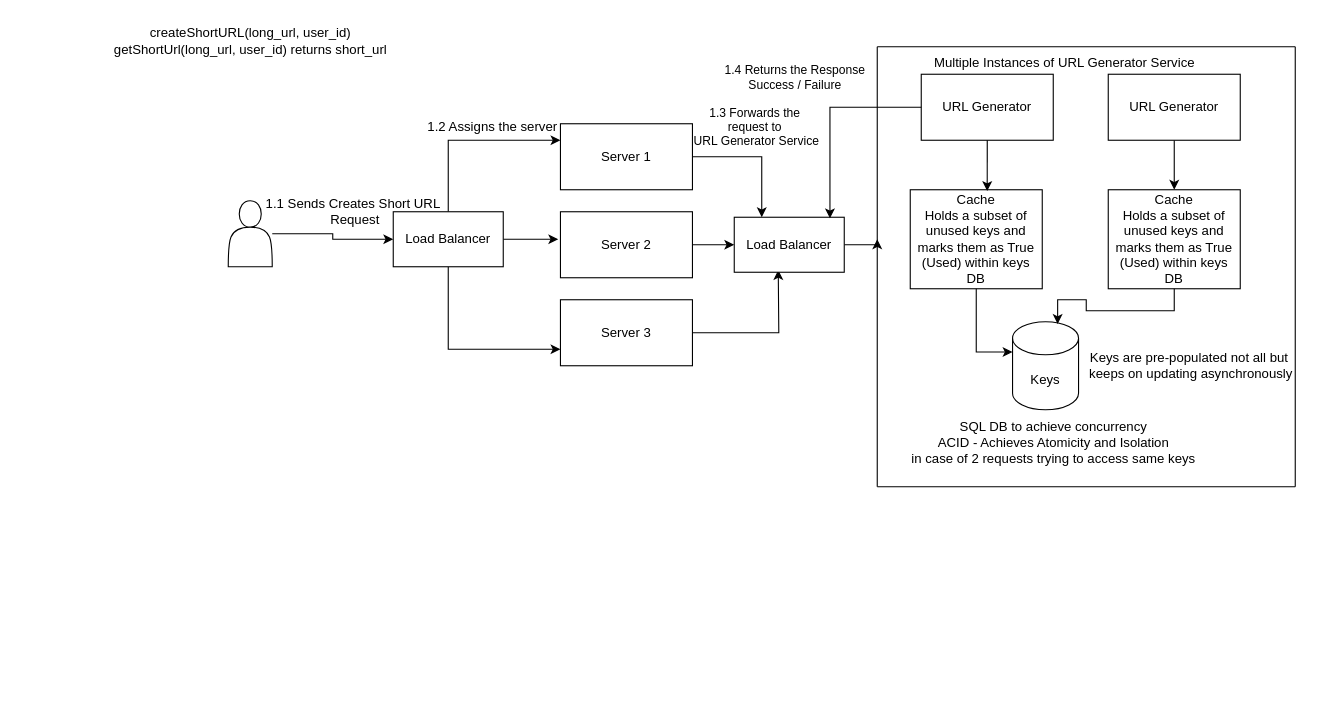
tarjaneed/system-design keeps this draw.io diagram as TinyUrl.drawio. Above is the earlier version. Source tidied: cells renumbered, new cells numbered last; positions are measured from the earlier drawing's top-left corner, leaving out a move shared by most shapes. Both pictures are drawn from the tidied source at 110%, with x=0, y=0 at pixel (101, 19).
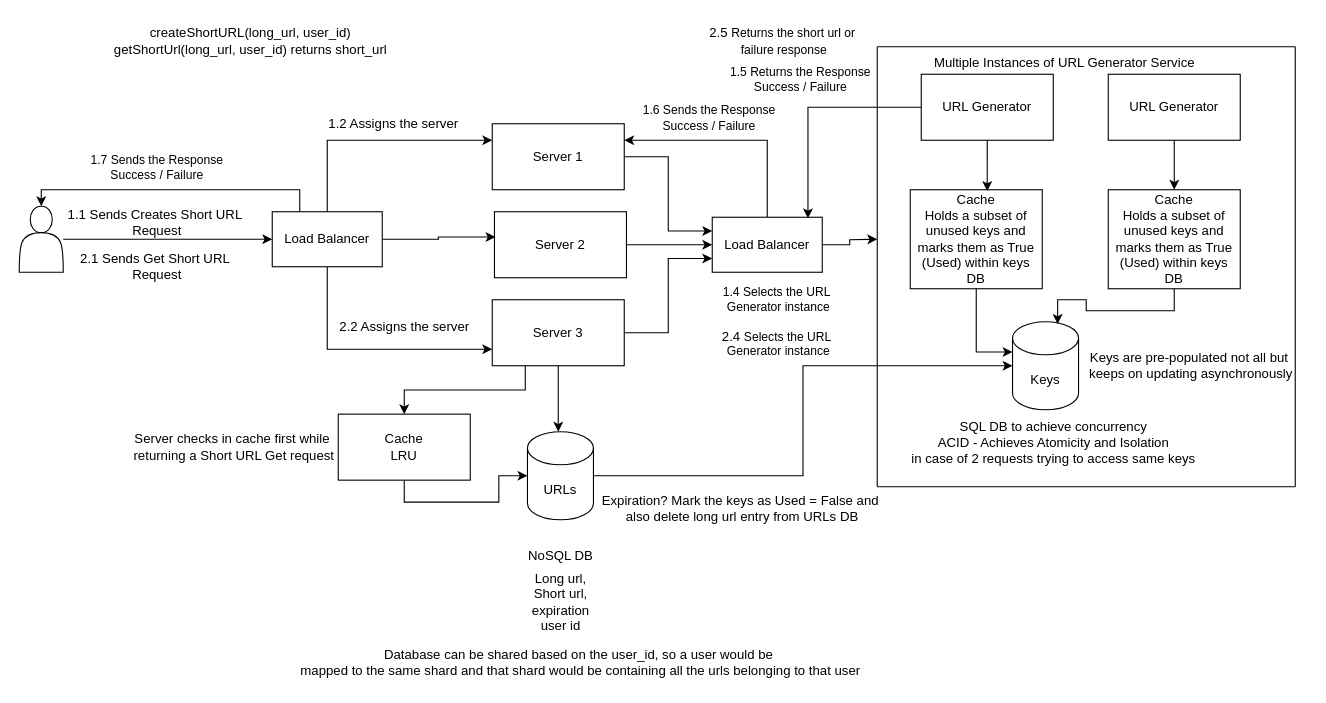
The same diagram, later.

The change refers to these unchanged cells:
```xml
<mxCell id="19" value="Keys" style="shape=cylinder3;whiteSpace=wrap;html=1;boundedLbl=1;backgroundOutline=1;size=15;" parent="1" vertex="1">
  <mxGeometry x="828" y="275" width="60" height="80" as="geometry" />
</mxCell>
```

The edit, as a diff of the source:
```diff
@@
     <mxCell id="3" style="shape=actor;whiteSpace=wrap;html=1;" parent="1" vertex="1">
-      <mxGeometry x="115" y="165" width="40" height="60" as="geometry" />
+      <mxGeometry x="-75" y="170" width="40" height="60" as="geometry" />
     </mxCell>
-    <mxCell id="4" style="edgeStyle=orthogonalEdgeStyle;rounded=0;jettySize=auto;html=1;exitX=1;exitY=0.5;exitDx=0;exitDy=0;entryX=0.25;entryY=0;entryDx=0;entryDy=0;" parent="1" edge="1" source="5" target="31">
+    <mxCell id="4" style="edgeStyle=orthogonalEdgeStyle;rounded=0;jettySize=auto;html=1;exitX=1;exitY=0.5;exitDx=0;exitDy=0;entryX=0;entryY=0.25;entryDx=0;entryDy=0;" parent="1" edge="1" source="5" target="31">
       <mxGeometry relative="1" as="geometry" />
     </mxCell>
     <mxCell id="5" value="Server 1" style="rounded=0;whiteSpace=wrap;html=1;" parent="1" vertex="1">
-      <mxGeometry x="417" y="95" width="120" height="60" as="geometry" />
+      <mxGeometry x="355" y="95" width="120" height="60" as="geometry" />
     </mxCell>
@@
     <mxCell id="7" value="Server 2" style="rounded=0;whiteSpace=wrap;html=1;" parent="1" vertex="1">
-      <mxGeometry x="417" y="175" width="120" height="60" as="geometry" />
+      <mxGeometry x="357" y="175" width="120" height="60" as="geometry" />
     </mxCell>
-    <mxCell id="8" style="edgeStyle=orthogonalEdgeStyle;rounded=0;jettySize=auto;html=1;exitX=1;exitY=0.5;exitDx=0;exitDy=0;" parent="1" edge="1" source="9">
-      <mxGeometry relative="1" as="geometry">
-        <mxPoint x="615" y="228" as="targetPoint" />
-      </mxGeometry>
-    </mxCell>
+    <mxCell id="38" style="edgeStyle=orthogonalEdgeStyle;rounded=0;jettySize=auto;html=1;exitX=1;exitY=0.5;exitDx=0;exitDy=0;entryX=0;entryY=0.75;entryDx=0;entryDy=0;" parent="1" edge="1" source="9" target="31">
+      <mxGeometry relative="1" as="geometry" />
+    </mxCell>
+    <mxCell id="39" style="edgeStyle=orthogonalEdgeStyle;rounded=0;jettySize=auto;html=1;exitX=0.5;exitY=1;exitDx=0;exitDy=0;entryX=0.5;entryY=0;entryDx=0;entryDy=0;" parent="1" edge="1" source="9">
+      <mxGeometry relative="1" as="geometry">
+        <mxPoint x="415" y="375" as="targetPoint" />
+      </mxGeometry>
+    </mxCell>
+    <mxCell id="40" style="edgeStyle=orthogonalEdgeStyle;rounded=0;jettySize=auto;html=1;exitX=0.25;exitY=1;exitDx=0;exitDy=0;" parent="1" edge="1" source="9" target="53">
+      <mxGeometry relative="1" as="geometry" />
+    </mxCell>
     <mxCell id="9" value="Server 3" style="rounded=0;whiteSpace=wrap;html=1;" parent="1" vertex="1">
-      <mxGeometry x="417" y="255" width="120" height="60" as="geometry" />
+      <mxGeometry x="355" y="255" width="120" height="60" as="geometry" />
     </mxCell>
@@
-    <mxCell id="12" style="edgeStyle=orthogonalEdgeStyle;rounded=0;jettySize=auto;html=1;exitX=1;exitY=0.5;exitDx=0;exitDy=0;" parent="1" edge="1" source="13">
-      <mxGeometry relative="1" as="geometry">
-        <mxPoint x="415" y="200" as="targetPoint" />
-      </mxGeometry>
-    </mxCell>
+    <mxCell id="41" style="edgeStyle=orthogonalEdgeStyle;rounded=0;jettySize=auto;html=1;exitX=0.25;exitY=0;exitDx=0;exitDy=0;entryX=0.5;entryY=0;entryDx=0;entryDy=0;" parent="1" edge="1" source="13" target="3">
+      <mxGeometry relative="1" as="geometry" />
+    </mxCell>
     <mxCell id="13" value="Load Balancer" style="rounded=0;whiteSpace=wrap;html=1;" parent="1" vertex="1">
-      <mxGeometry x="265" y="175" width="100" height="50" as="geometry" />
+      <mxGeometry x="155" y="175" width="100" height="50" as="geometry" />
     </mxCell>
     <mxCell id="14" value="1.1 Sends Creates Short URL&amp;nbsp;&lt;div&gt;Request&lt;/div&gt;" style="text;html=1;align=center;verticalAlign=middle;strokeColor=none;fillColor=none;" parent="1" vertex="1">
-      <mxGeometry x="135" y="155" width="190" height="40" as="geometry" />
+      <mxGeometry x="-45" y="165" width="190" height="40" as="geometry" />
     </mxCell>
@@
+    <mxCell id="42" style="edgeStyle=orthogonalEdgeStyle;rounded=0;jettySize=auto;html=1;exitX=0.5;exitY=0;exitDx=0;exitDy=0;entryX=1;entryY=0.25;entryDx=0;entryDy=0;" parent="1" edge="1" source="31" target="5">
+      <mxGeometry relative="1" as="geometry" />
+    </mxCell>
     <mxCell id="31" value="Load Balancer" style="rounded=0;whiteSpace=wrap;html=1;" parent="1" vertex="1">
-      <mxGeometry x="575" y="180" width="100" height="50" as="geometry" />
+      <mxGeometry x="555" y="180" width="100" height="50" as="geometry" />
     </mxCell>
@@
     <mxCell id="34" value="1.2 Assigns the server" style="text;html=1;align=center;verticalAlign=middle;strokeColor=none;fillColor=none;" parent="1" vertex="1">
-      <mxGeometry x="285" y="83" width="140" height="30" as="geometry" />
+      <mxGeometry x="195" y="80" width="140" height="30" as="geometry" />
     </mxCell>
-    <mxCell id="35" value="1.3 Forwards the&amp;nbsp;&lt;div style=&quot;font-size: 11px;&quot;&gt;request to&amp;nbsp;&lt;/div&gt;&lt;div style=&quot;font-size: 11px;&quot;&gt;URL Generator Service&lt;/div&gt;" style="text;html=1;align=center;verticalAlign=middle;strokeColor=none;fillColor=none;fontSize=11;" parent="1" vertex="1">
-      <mxGeometry x="525" y="73" width="140" height="50" as="geometry" />
-    </mxCell>
@@
-    <mxCell id="37" value="1.4 Returns the Response&lt;div&gt;Success / Failure&lt;/div&gt;" style="text;html=1;align=center;verticalAlign=middle;strokeColor=none;fillColor=none;fontSize=11;" parent="1" vertex="1">
-      <mxGeometry x="555" y="33" width="150" height="40" as="geometry" />
+    <mxCell id="37" value="1.5 Returns the Response&lt;div&gt;Success / Failure&lt;/div&gt;" style="text;html=1;align=center;verticalAlign=middle;strokeColor=none;fillColor=none;fontSize=11;" parent="1" vertex="1">
+      <mxGeometry x="560" y="35" width="150" height="40" as="geometry" />
     </mxCell>
+    <mxCell id="43" value="1.4 Selects the URL&amp;nbsp;&lt;div&gt;Generator instance&lt;/div&gt;" style="text;html=1;align=center;verticalAlign=middle;strokeColor=none;fillColor=none;fontSize=11;" parent="1" vertex="1">
+      <mxGeometry x="555" y="235" width="120" height="40" as="geometry" />
+    </mxCell>
+    <mxCell id="44" style="edgeStyle=orthogonalEdgeStyle;rounded=0;jettySize=auto;html=1;exitX=1;exitY=0.5;exitDx=0;exitDy=0;entryX=0.008;entryY=0.383;entryDx=0;entryDy=0;entryPerimeter=0;" parent="1" edge="1" source="13" target="7">
+      <mxGeometry relative="1" as="geometry" />
+    </mxCell>
+    <mxCell id="45" value="1.6 Sends the Response&lt;div&gt;Success / Failure&lt;/div&gt;" style="text;html=1;align=center;verticalAlign=middle;strokeColor=none;fillColor=none;fontSize=11;" parent="1" vertex="1">
+      <mxGeometry x="482" y="70" width="140" height="40" as="geometry" />
+    </mxCell>
+    <mxCell id="46" value="1.7 Sends the Response&lt;div&gt;Success / Failure&lt;/div&gt;" style="text;html=1;align=center;verticalAlign=middle;strokeColor=none;fillColor=none;fontSize=11;" parent="1" vertex="1">
+      <mxGeometry x="-20" y="115" width="140" height="40" as="geometry" />
+    </mxCell>
+    <mxCell id="47" value="URLs" style="shape=cylinder3;whiteSpace=wrap;html=1;boundedLbl=1;backgroundOutline=1;size=15;" parent="1" vertex="1">
+      <mxGeometry x="387" y="375" width="60" height="80" as="geometry" />
+    </mxCell>
+    <mxCell id="48" value="NoSQL DB" style="text;html=1;align=center;verticalAlign=middle;strokeColor=none;fillColor=none;" parent="1" vertex="1">
+      <mxGeometry x="377" y="473" width="80" height="30" as="geometry" />
+    </mxCell>
+    <mxCell id="49" value="Long url,&lt;div&gt;Short url,&lt;/div&gt;&lt;div&gt;expiration&lt;/div&gt;&lt;div&gt;user id&lt;/div&gt;" style="text;html=1;align=center;verticalAlign=middle;strokeColor=none;fillColor=none;" parent="1" vertex="1">
+      <mxGeometry x="377" y="495" width="80" height="70" as="geometry" />
+    </mxCell>
+    <mxCell id="50" style="edgeStyle=orthogonalEdgeStyle;rounded=0;jettySize=auto;html=1;exitX=1;exitY=0.5;exitDx=0;exitDy=0;exitPerimeter=0;entryX=0;entryY=0.5;entryDx=0;entryDy=0;entryPerimeter=0;" parent="1" edge="1" source="47" target="19">
+      <mxGeometry relative="1" as="geometry" />
+    </mxCell>
+    <mxCell id="51" value="Expiration? Mark the keys as Used = False and&amp;nbsp;&lt;div&gt;also delete long url entry from URLs DB&lt;/div&gt;" style="text;html=1;align=center;verticalAlign=middle;strokeColor=none;fillColor=none;" parent="1" vertex="1">
+      <mxGeometry x="442" y="425" width="280" height="40" as="geometry" />
+    </mxCell>
+    <mxCell id="52" style="edgeStyle=orthogonalEdgeStyle;rounded=0;jettySize=auto;html=1;exitX=0.5;exitY=1;exitDx=0;exitDy=0;" parent="1" edge="1" source="53" target="47">
+      <mxGeometry relative="1" as="geometry" />
+    </mxCell>
+    <mxCell id="53" value="Cache&lt;div&gt;LRU&lt;/div&gt;" style="rounded=0;whiteSpace=wrap;html=1;" parent="1" vertex="1">
+      <mxGeometry x="215" y="359" width="120" height="60" as="geometry" />
+    </mxCell>
+    <mxCell id="54" value="2.1 Sends Get Short URL&amp;nbsp;&lt;div&gt;Request&lt;/div&gt;" style="text;html=1;align=center;verticalAlign=middle;strokeColor=none;fillColor=none;" parent="1" vertex="1">
+      <mxGeometry x="-30" y="205" width="160" height="40" as="geometry" />
+    </mxCell>
+    <mxCell id="55" value="2.2 Assigns the server" style="text;html=1;align=center;verticalAlign=middle;strokeColor=none;fillColor=none;" parent="1" vertex="1">
+      <mxGeometry x="205" y="265" width="140" height="30" as="geometry" />
+    </mxCell>
+    <mxCell id="56" value="2.4&amp;nbsp;&lt;span style=&quot;font-size: 11px;&quot;&gt;Selects the URL&amp;nbsp;&lt;/span&gt;&lt;div style=&quot;font-size: 11px;&quot;&gt;Generator instance&lt;/div&gt;" style="text;html=1;align=center;verticalAlign=middle;strokeColor=none;fillColor=none;" parent="1" vertex="1">
+      <mxGeometry x="550" y="275" width="130" height="40" as="geometry" />
+    </mxCell>
+    <mxCell id="57" value="Server checks in cache first while&amp;nbsp;&lt;div&gt;returning a Short URL Get request&lt;/div&gt;" style="text;html=1;align=center;verticalAlign=middle;strokeColor=none;fillColor=none;" parent="1" vertex="1">
+      <mxGeometry x="15" y="369" width="210" height="40" as="geometry" />
+    </mxCell>
+    <mxCell id="58" value="2.5&amp;nbsp;&lt;span style=&quot;font-size: 11px;&quot;&gt;Returns the short url or&amp;nbsp;&lt;/span&gt;&lt;div&gt;&lt;span style=&quot;font-size: 11px;&quot;&gt;failure response&lt;/span&gt;&lt;/div&gt;" style="text;html=1;align=center;verticalAlign=middle;strokeColor=none;fillColor=none;" parent="1" vertex="1">
+      <mxGeometry x="540" width="160" height="40" as="geometry" />
+    </mxCell>
+    <mxCell id="59" value="Database can be shared based on the user_id, so a user would be&amp;nbsp;&lt;div&gt;mapped to the same shard and that shard would be containing all the urls belonging to that user&lt;/div&gt;" style="text;html=1;align=center;verticalAlign=middle;strokeColor=none;fillColor=none;" parent="1" vertex="1">
+      <mxGeometry x="170" y="565" width="530" height="40" as="geometry" />
+    </mxCell>
```
